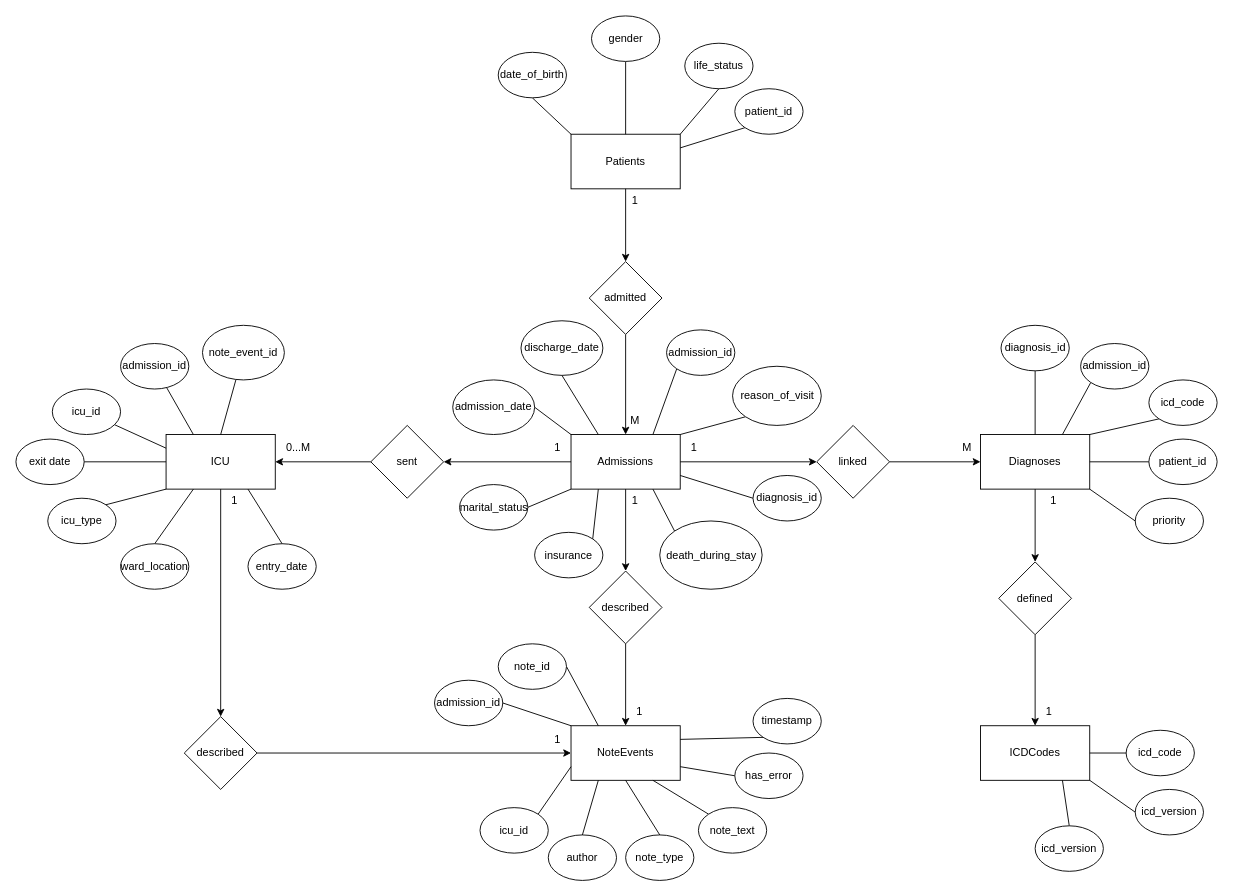
Earlier version of the draw.io diagram page "Chen Diagram" (3 of 3) of Untitled Diagram.drawio (Joshua131313/soen363). Source tidied: cells renumbered, new cells numbered last; positions are measured from the earlier drawing's top-left corner, leaving out a move shared by most shapes. Both pictures are drawn from the tidied source at 91%, with x=0, y=0 at pixel (15, 15).
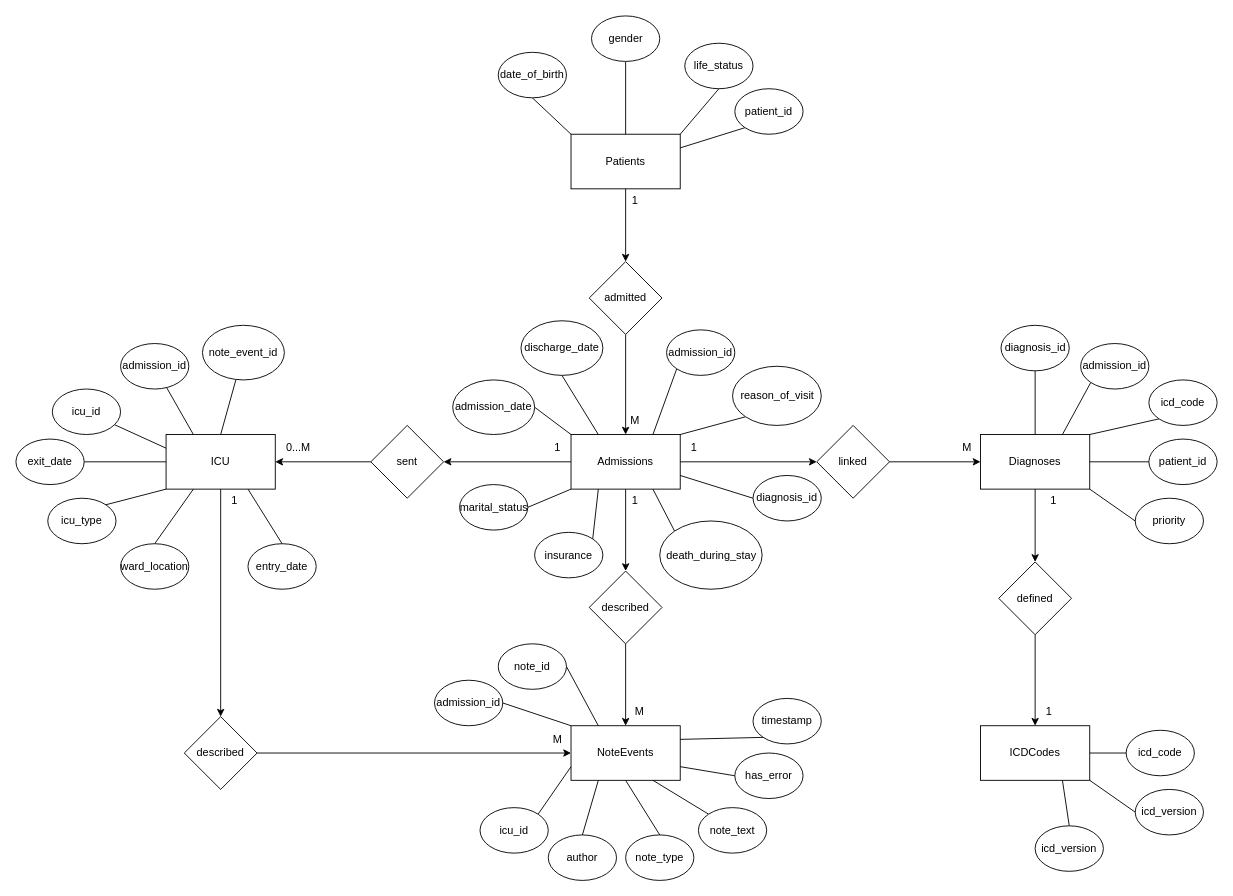
After the change.

Commit message:
Updated Chen Diagram

What changed in the source:
```diff
@@
-    <mxCell id="29" value="exit date" style="ellipse;whiteSpace=wrap;html=1;" parent="1" vertex="1">
+    <mxCell id="29" value="exit_date" style="ellipse;whiteSpace=wrap;html=1;" parent="1" vertex="1">
       <mxGeometry y="465" width="75" height="50" as="geometry" />
     </mxCell>
@@
-    <mxCell id="99" value="1" style="text;html=1;align=center;verticalAlign=middle;strokeColor=none;fillColor=none;" parent="1" vertex="1">
+    <mxCell id="99" value="M" style="text;html=1;align=center;verticalAlign=middle;strokeColor=none;fillColor=none;" parent="1" vertex="1">
       <mxGeometry x="670" y="750" width="30" height="30" as="geometry" />
     </mxCell>
@@
-    <mxCell id="107" value="1" style="text;html=1;align=center;verticalAlign=middle;strokeColor=none;fillColor=none;" parent="1" vertex="1">
+    <mxCell id="107" value="M" style="text;html=1;align=center;verticalAlign=middle;strokeColor=none;fillColor=none;" parent="1" vertex="1">
       <mxGeometry x="580" y="780" width="30" height="30" as="geometry" />
     </mxCell>
```
